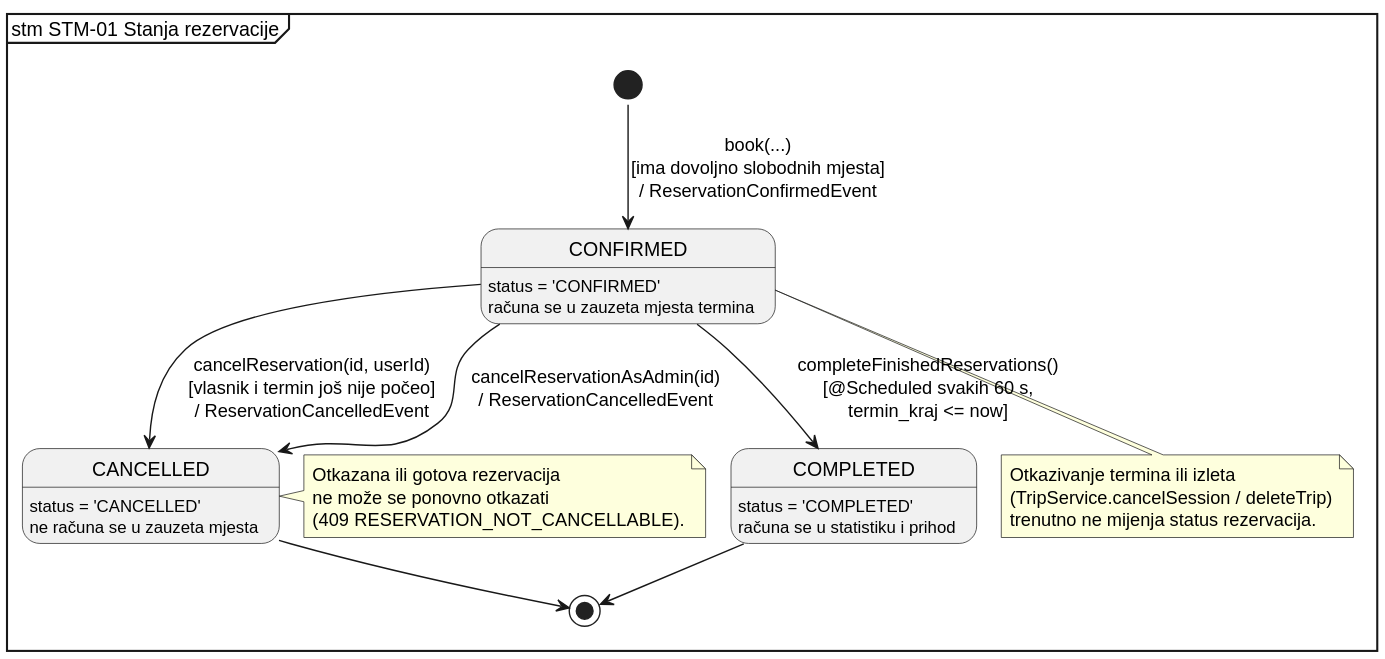
Before: docs/assets/diagrams/4-5-touristagency-reservation-SM.svg, a diagram exported from PlantUML (MatijaKovacic12/ProgiProjekt-11.4). Source of this version:
```plantuml
@startuml
!pragma layout smetana
mainframe stm STM-01 Stanja rezervacije
skinparam shadowing false
hide empty description

[*] --> CONFIRMED : book(...)\n[ima dovoljno slobodnih mjesta]\n/ ReservationConfirmedEvent

state CONFIRMED : status = 'CONFIRMED'\nračuna se u zauzeta mjesta termina
state CANCELLED : status = 'CANCELLED'\nne računa se u zauzeta mjesta
state COMPLETED : status = 'COMPLETED'\nračuna se u statistiku i prihod

CONFIRMED --> CANCELLED : cancelReservation(id, userId)\n[vlasnik i termin još nije počeo]\n/ ReservationCancelledEvent
CONFIRMED --> CANCELLED : cancelReservationAsAdmin(id)\n/ ReservationCancelledEvent
CONFIRMED --> COMPLETED : completeFinishedReservations()\n[@Scheduled svakih 60 s,\ntermin_kraj <= now]

CANCELLED --> [*]
COMPLETED --> [*]

note right of CANCELLED
  Otkazana ili gotova rezervacija
  ne može se ponovno otkazati
  (409 RESERVATION_NOT_CANCELLABLE).
end note

note bottom of CONFIRMED
  Otkazivanje termina ili izleta
  (TripService.cancelSession / deleteTrip)
  trenutno ne mijenja status rezervacija.
end note
@enduml
```
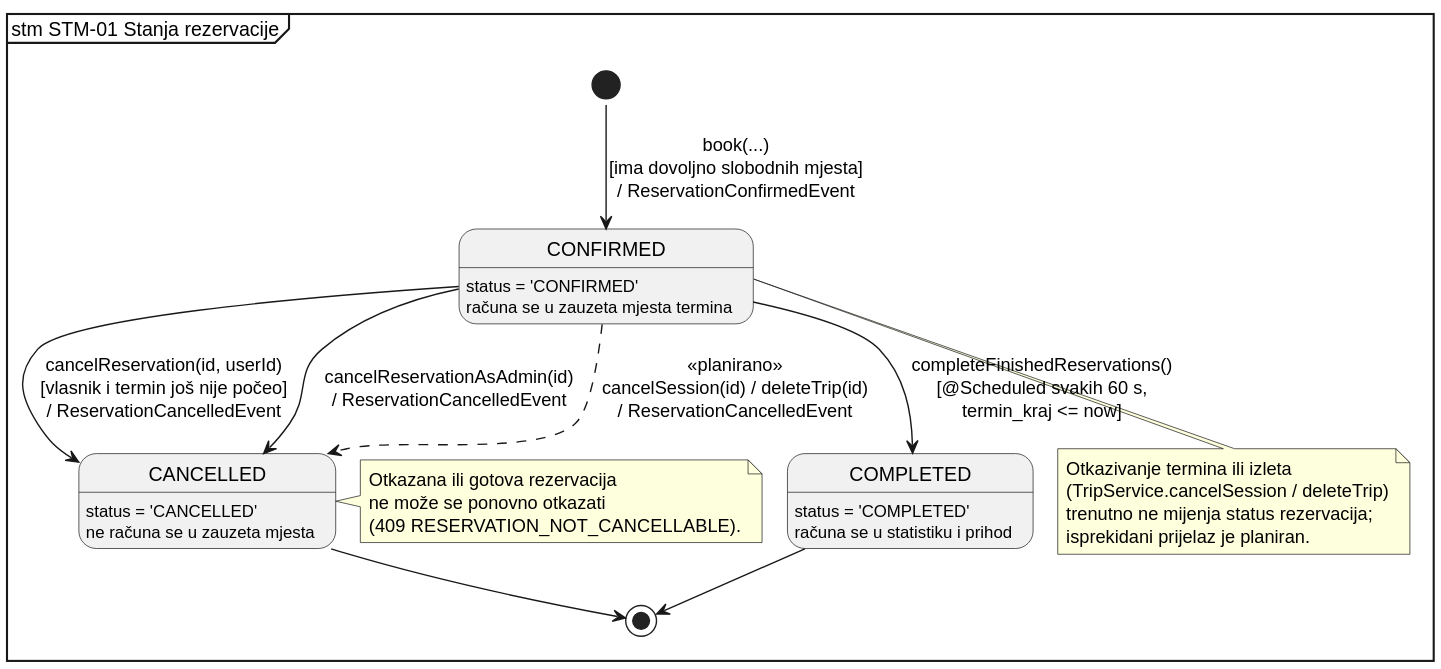
Later version of the same file.

Diff of the diagram source:
```diff
@@ -14,6 +14,8 @@
 CONFIRMED --> CANCELLED : cancelReservationAsAdmin(id)\n/ ReservationCancelledEvent
 CONFIRMED --> COMPLETED : completeFinishedReservations()\n[@Scheduled svakih 60 s,\ntermin_kraj <= now]
 
+CONFIRMED -[dashed]-> CANCELLED : «planirano»\ncancelSession(id) / deleteTrip(id)\n/ ReservationCancelledEvent
+
 CANCELLED --> [*]
 COMPLETED --> [*]
 
@@ -26,6 +28,7 @@
 note bottom of CONFIRMED
   Otkazivanje termina ili izleta
   (TripService.cancelSession / deleteTrip)
-  trenutno ne mijenja status rezervacija.
+  trenutno ne mijenja status rezervacija;
+  isprekidani prijelaz je planiran.
 end note
 @enduml
```
